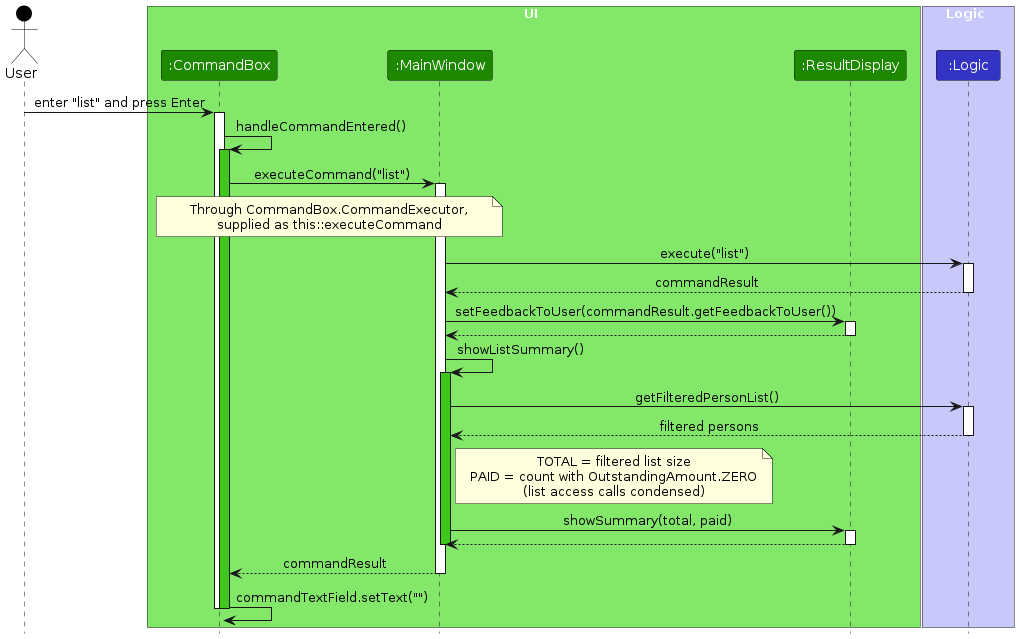
AY2627S1-CS2103T-F13-2/tp keeps this PlantUML diagram as diagrams/UiCommandSequenceDiagram.png. Above is the earlier version. Its source is kept beside it as diagrams/UiCommandSequenceDiagram.puml.
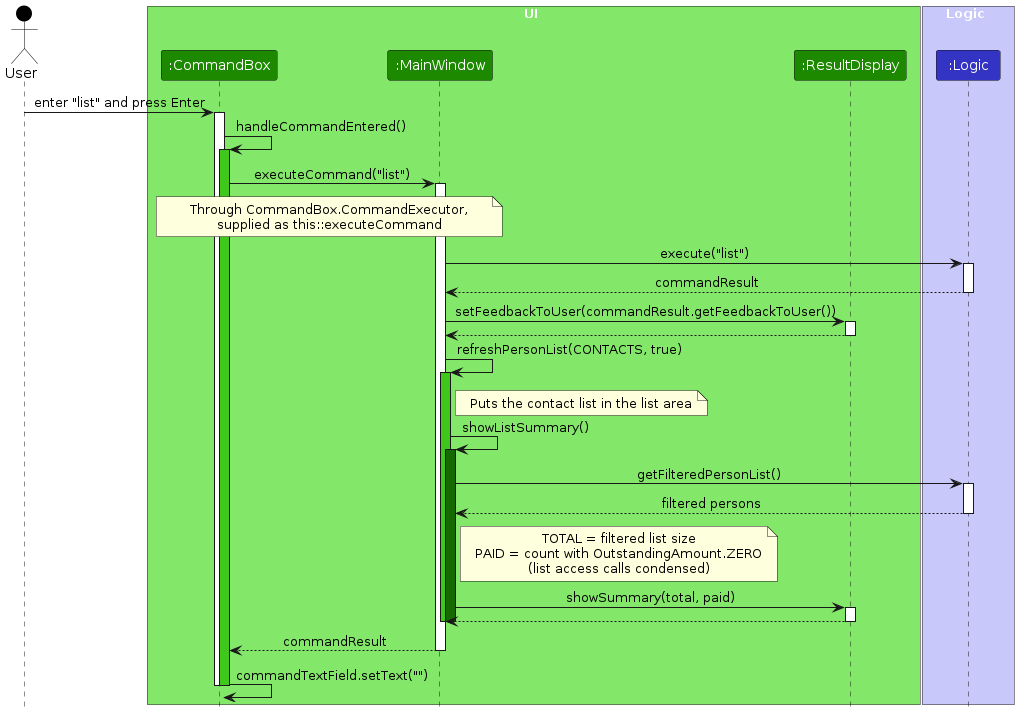
The same file after the commit.

What changed in the source:
```diff
@@ -32,8 +32,13 @@
 resultDisplay --> mainWindow
 deactivate resultDisplay
 
+mainWindow -> mainWindow : refreshPersonList(CONTACTS, true)
+activate mainWindow UI_COLOR_T2
+note right of mainWindow
+  Puts the contact list in the list area
+end note
 mainWindow -> mainWindow : showListSummary()
-activate mainWindow UI_COLOR_T2
+activate mainWindow UI_COLOR_T3
 mainWindow -> logic : getFilteredPersonList()
 activate logic
 logic --> mainWindow : filtered persons
@@ -48,6 +53,7 @@
 resultDisplay --> mainWindow
 deactivate resultDisplay
 deactivate mainWindow
+deactivate mainWindow
 
 mainWindow --> commandBox : commandResult
 deactivate mainWindow
```
